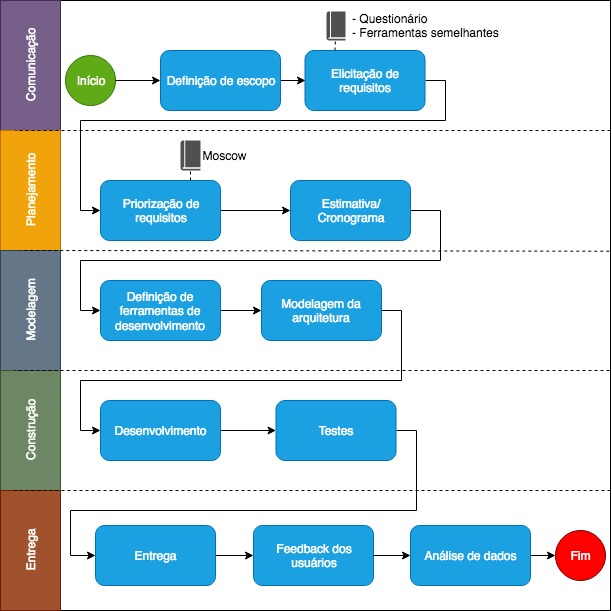
This is figuras/modeloprocesso.png from Eduardojvr/ProgameTCC1Escrita, a draw.io export, as it was before one commit. Source tidied: cells renumbered, new cells last; positions are measured from the earlier drawing's top-left corner, leaving out a move shared by most shapes. Source of this version:
```xml
<mxGraphModel>
  <root>
    <mxCell id="0" />
    <mxCell id="1" parent="0" />
    <mxCell id="2" style="whiteSpace=wrap;html=1;" parent="1" vertex="1">
      <mxGeometry x="35" width="610" height="610" as="geometry" />
    </mxCell>
    <mxCell id="3" value="Comunicação" style="rounded=0;whiteSpace=wrap;html=1;rotation=-90;fillColor=#76608a;strokeColor=#432D57;fontColor=#ffffff;" parent="1" vertex="1">
      <mxGeometry y="35" width="130" height="60" as="geometry" />
    </mxCell>
    <mxCell id="4" value="Planejamento" style="rounded=0;whiteSpace=wrap;html=1;rotation=-90;fillColor=#f0a30a;strokeColor=#BD7000;fontColor=#ffffff;" parent="1" vertex="1">
      <mxGeometry x="5" y="160" width="120" height="60" as="geometry" />
    </mxCell>
    <mxCell id="5" value="Modelagem" style="rounded=0;whiteSpace=wrap;html=1;rotation=-90;fillColor=#647687;strokeColor=#314354;fontColor=#ffffff;" parent="1" vertex="1">
      <mxGeometry x="5" y="280" width="120" height="60" as="geometry" />
    </mxCell>
    <mxCell id="6" value="Construção" style="rounded=0;whiteSpace=wrap;html=1;rotation=-90;fillColor=#6d8764;strokeColor=#3A5431;fontColor=#ffffff;" parent="1" vertex="1">
      <mxGeometry x="5" y="400" width="120" height="60" as="geometry" />
    </mxCell>
    <mxCell id="7" value="&lt;div&gt;Entrega&lt;/div&gt;" style="rounded=0;whiteSpace=wrap;html=1;rotation=-90;fillColor=#a0522d;strokeColor=#6D1F00;fontColor=#ffffff;" parent="1" vertex="1">
      <mxGeometry x="5" y="520" width="120" height="60" as="geometry" />
    </mxCell>
    <mxCell id="8" style="endArrow=none;dashed=1;html=1;entryX=1;entryY=0.25;entryDx=0;entryDy=0;" parent="1" edge="1" target="4">
      <mxGeometry relative="1" as="geometry">
        <mxPoint x="645" y="130" as="sourcePoint" />
      </mxGeometry>
    </mxCell>
    <mxCell id="9" style="endArrow=none;dashed=1;html=1;entryX=1;entryY=0.25;entryDx=0;entryDy=0;exitX=0.998;exitY=0.411;exitDx=0;exitDy=0;exitPerimeter=0;" parent="1" edge="1" source="2">
      <mxGeometry relative="1" as="geometry">
        <mxPoint x="55" y="250" as="targetPoint" />
      </mxGeometry>
    </mxCell>
    <mxCell id="10" style="endArrow=none;dashed=1;html=1;entryX=1;entryY=0.25;entryDx=0;entryDy=0;" parent="1" edge="1">
      <mxGeometry relative="1" as="geometry">
        <mxPoint x="644" y="370" as="sourcePoint" />
        <mxPoint x="49" y="370" as="targetPoint" />
      </mxGeometry>
    </mxCell>
    <mxCell id="11" style="endArrow=none;dashed=1;html=1;" parent="1" edge="1">
      <mxGeometry relative="1" as="geometry">
        <mxPoint x="645" y="490" as="sourcePoint" />
        <mxPoint x="49" y="490" as="targetPoint" />
      </mxGeometry>
    </mxCell>
    <mxCell id="12" value="Início" style="ellipse;whiteSpace=wrap;html=1;fillColor=#60a917;strokeColor=#2D7600;fontColor=#ffffff;" parent="1" vertex="1">
      <mxGeometry x="100" y="55" width="50" height="50" as="geometry" />
    </mxCell>
    <mxCell id="13" style="endArrow=classic;html=1;entryX=0;entryY=0.5;entryDx=0;entryDy=0;" parent="1" edge="1" source="12" target="23">
      <mxGeometry relative="1" as="geometry" />
    </mxCell>
    <mxCell id="14" style="edgeStyle=orthogonalEdgeStyle;rounded=0;jettySize=auto;html=1;exitX=1;exitY=0.5;exitDx=0;exitDy=0;entryX=0;entryY=0.5;entryDx=0;entryDy=0;" parent="1" edge="1" source="15" target="21">
      <mxGeometry relative="1" as="geometry">
        <Array as="points">
          <mxPoint x="480" y="80" />
          <mxPoint x="480" y="120" />
          <mxPoint x="115" y="120" />
          <mxPoint x="115" y="210" />
        </Array>
      </mxGeometry>
    </mxCell>
    <mxCell id="15" value="Elicitação de requisitos" style="rounded=1;whiteSpace=wrap;html=1;fillColor=#1ba1e2;strokeColor=#006EAF;fontColor=#ffffff;" parent="1" vertex="1">
      <mxGeometry x="339.5" y="50" width="120" height="60" as="geometry" />
    </mxCell>
    <mxCell id="16" style="shadow=0;dashed=0;html=1;strokeColor=none;fillColor=#505050;labelPosition=center;verticalLabelPosition=bottom;verticalAlign=top;outlineConnect=0;align=center;shape=mxgraph.office.concepts.book_journal;" parent="1" vertex="1">
      <mxGeometry x="361" y="11" width="19" height="29" as="geometry" />
    </mxCell>
    <mxCell id="17" style="endArrow=none;dashed=1;html=1;exitX=0.25;exitY=0;exitDx=0;exitDy=0;" parent="1" edge="1" source="15" target="16">
      <mxGeometry relative="1" as="geometry" />
    </mxCell>
    <mxCell id="18" value="&lt;div align=&quot;left&quot;&gt;- Questionário&lt;/div&gt;&lt;div align=&quot;left&quot;&gt;- Ferramentas semelhantes&lt;/div&gt;" style="text;html=1;strokeColor=none;fillColor=none;align=left;verticalAlign=middle;whiteSpace=wrap;rounded=0;" parent="1" vertex="1">
      <mxGeometry x="385" y="15.5" width="156" height="20" as="geometry" />
    </mxCell>
    <mxCell id="19" style="edgeStyle=orthogonalEdgeStyle;rounded=0;jettySize=auto;html=1;exitX=0.75;exitY=0;exitDx=0;exitDy=0;strokeColor=none;" parent="1" edge="1" source="21" target="24">
      <mxGeometry relative="1" as="geometry" />
    </mxCell>
    <mxCell id="20" style="edgeStyle=orthogonalEdgeStyle;rounded=0;jettySize=auto;html=1;exitX=1;exitY=0.5;exitDx=0;exitDy=0;" parent="1" edge="1" source="21" target="28">
      <mxGeometry relative="1" as="geometry" />
    </mxCell>
    <mxCell id="21" value="&lt;div&gt;Priorização de&lt;/div&gt;&lt;div&gt;requisitos&lt;br&gt;&lt;/div&gt;" style="rounded=1;whiteSpace=wrap;html=1;fillColor=#1ba1e2;strokeColor=#006EAF;fontColor=#ffffff;" parent="1" vertex="1">
      <mxGeometry x="135" y="180" width="120" height="60" as="geometry" />
    </mxCell>
    <mxCell id="22" style="edgeStyle=orthogonalEdgeStyle;rounded=0;jettySize=auto;html=1;exitX=1;exitY=0.5;exitDx=0;exitDy=0;entryX=0;entryY=0.5;entryDx=0;entryDy=0;" parent="1" edge="1" source="23" target="15">
      <mxGeometry relative="1" as="geometry" />
    </mxCell>
    <mxCell id="23" value="&lt;div&gt;Definição de escopo&lt;/div&gt;" style="rounded=1;whiteSpace=wrap;html=1;fillColor=#1ba1e2;strokeColor=#006EAF;perimeterSpacing=0;fontColor=#ffffff;" parent="1" vertex="1">
      <mxGeometry x="195" y="50" width="120" height="60" as="geometry" />
    </mxCell>
    <mxCell id="24" style="shadow=0;dashed=0;html=1;strokeColor=none;fillColor=#505050;labelPosition=center;verticalLabelPosition=bottom;verticalAlign=top;outlineConnect=0;align=center;shape=mxgraph.office.concepts.book_journal;rounded=1;" parent="1" vertex="1">
      <mxGeometry x="215" y="140" width="20" height="30" as="geometry" />
    </mxCell>
    <mxCell id="25" value="Moscow" style="text;html=1;strokeColor=none;fillColor=none;align=center;verticalAlign=middle;whiteSpace=wrap;rounded=0;" parent="1" vertex="1">
      <mxGeometry x="239" y="145" width="40" height="20" as="geometry" />
    </mxCell>
    <mxCell id="26" style="endArrow=none;dashed=1;html=1;exitX=0.75;exitY=0;exitDx=0;exitDy=0;" parent="1" edge="1" source="21" target="24">
      <mxGeometry relative="1" as="geometry" />
    </mxCell>
    <mxCell id="27" style="edgeStyle=orthogonalEdgeStyle;rounded=0;jettySize=auto;html=1;exitX=1;exitY=0.5;exitDx=0;exitDy=0;entryX=0;entryY=0.5;entryDx=0;entryDy=0;" parent="1" edge="1" source="28" target="30">
      <mxGeometry relative="1" as="geometry">
        <Array as="points">
          <mxPoint x="475" y="210" />
          <mxPoint x="475" y="260" />
          <mxPoint x="115" y="260" />
          <mxPoint x="115" y="310" />
        </Array>
      </mxGeometry>
    </mxCell>
    <mxCell id="28" value="&lt;div&gt;Estimativa/&lt;/div&gt;&lt;div&gt;Cronograma&lt;/div&gt;" style="rounded=1;whiteSpace=wrap;html=1;fillColor=#1ba1e2;strokeColor=#006EAF;fontColor=#ffffff;" parent="1" vertex="1">
      <mxGeometry x="325" y="180" width="120" height="60" as="geometry" />
    </mxCell>
    <mxCell id="29" style="edgeStyle=orthogonalEdgeStyle;rounded=0;jettySize=auto;html=1;exitX=1;exitY=0.5;exitDx=0;exitDy=0;entryX=0;entryY=0.5;entryDx=0;entryDy=0;" parent="1" edge="1" source="30" target="32">
      <mxGeometry relative="1" as="geometry" />
    </mxCell>
    <mxCell id="30" value="Definição de ferramentas de desenvolvimento" style="rounded=1;whiteSpace=wrap;html=1;fillColor=#1ba1e2;strokeColor=#006EAF;fontColor=#ffffff;" parent="1" vertex="1">
      <mxGeometry x="135" y="280" width="120" height="60" as="geometry" />
    </mxCell>
    <mxCell id="31" style="edgeStyle=orthogonalEdgeStyle;rounded=0;jettySize=auto;html=1;exitX=1;exitY=0.5;exitDx=0;exitDy=0;entryX=0;entryY=0.5;entryDx=0;entryDy=0;" parent="1" edge="1" source="32" target="34">
      <mxGeometry relative="1" as="geometry">
        <Array as="points">
          <mxPoint x="436" y="310" />
          <mxPoint x="436" y="380" />
          <mxPoint x="115" y="380" />
          <mxPoint x="115" y="430" />
        </Array>
      </mxGeometry>
    </mxCell>
    <mxCell id="32" value="Modelagem da arquitetura" style="rounded=1;whiteSpace=wrap;html=1;fillColor=#1ba1e2;strokeColor=#006EAF;fontColor=#ffffff;" parent="1" vertex="1">
      <mxGeometry x="296" y="280" width="120" height="60" as="geometry" />
    </mxCell>
    <mxCell id="33" style="edgeStyle=orthogonalEdgeStyle;rounded=0;jettySize=auto;html=1;exitX=1;exitY=0.5;exitDx=0;exitDy=0;" parent="1" edge="1" source="34" target="36">
      <mxGeometry relative="1" as="geometry" />
    </mxCell>
    <mxCell id="34" value="Desenvolvimento" style="rounded=1;whiteSpace=wrap;html=1;fillColor=#1ba1e2;strokeColor=#006EAF;fontColor=#ffffff;" parent="1" vertex="1">
      <mxGeometry x="135" y="400" width="120" height="60" as="geometry" />
    </mxCell>
    <mxCell id="35" style="edgeStyle=orthogonalEdgeStyle;rounded=0;jettySize=auto;html=1;exitX=1;exitY=0.5;exitDx=0;exitDy=0;entryX=0;entryY=0.5;entryDx=0;entryDy=0;" parent="1" edge="1" source="36" target="38">
      <mxGeometry relative="1" as="geometry">
        <Array as="points">
          <mxPoint x="451" y="430" />
          <mxPoint x="451" y="510" />
          <mxPoint x="105" y="510" />
          <mxPoint x="105" y="555" />
        </Array>
      </mxGeometry>
    </mxCell>
    <mxCell id="36" value="Testes" style="rounded=1;whiteSpace=wrap;html=1;fillColor=#1ba1e2;strokeColor=#006EAF;fontColor=#ffffff;" parent="1" vertex="1">
      <mxGeometry x="310.5" y="400" width="120" height="60" as="geometry" />
    </mxCell>
    <mxCell id="37" style="edgeStyle=orthogonalEdgeStyle;rounded=0;jettySize=auto;html=1;exitX=1;exitY=0.5;exitDx=0;exitDy=0;entryX=0;entryY=0.5;entryDx=0;entryDy=0;" parent="1" edge="1" source="38" target="40">
      <mxGeometry relative="1" as="geometry" />
    </mxCell>
    <mxCell id="38" value="Entrega" style="rounded=1;whiteSpace=wrap;html=1;glass=0;fillColor=#1ba1e2;strokeColor=#006EAF;fontColor=#ffffff;" parent="1" vertex="1">
      <mxGeometry x="130" y="525" width="120" height="60" as="geometry" />
    </mxCell>
    <mxCell id="39" style="edgeStyle=orthogonalEdgeStyle;rounded=0;jettySize=auto;html=1;exitX=1;exitY=0.5;exitDx=0;exitDy=0;" parent="1" edge="1" source="42" target="41">
      <mxGeometry relative="1" as="geometry" />
    </mxCell>
    <mxCell id="40" value="&lt;div&gt;Feedback dos&lt;/div&gt;&lt;div&gt;usuários&lt;/div&gt;" style="rounded=1;whiteSpace=wrap;html=1;glass=0;fillColor=#1ba1e2;strokeColor=#006EAF;fontColor=#ffffff;" parent="1" vertex="1">
      <mxGeometry x="288" y="525" width="120" height="60" as="geometry" />
    </mxCell>
    <mxCell id="41" value="Fim" style="ellipse;whiteSpace=wrap;html=1;fillColor=#FF0000;strokeColor=#6F0000;fontColor=#ffffff;" parent="1" vertex="1">
      <mxGeometry x="590" y="530" width="50" height="50" as="geometry" />
    </mxCell>
    <mxCell id="42" value="Análise de dados" style="rounded=1;whiteSpace=wrap;html=1;glass=0;fillColor=#1ba1e2;strokeColor=#006EAF;fontColor=#ffffff;" parent="1" vertex="1">
      <mxGeometry x="445" y="525" width="120" height="60" as="geometry" />
    </mxCell>
    <mxCell id="43" style="edgeStyle=orthogonalEdgeStyle;rounded=0;jettySize=auto;html=1;exitX=1;exitY=0.5;exitDx=0;exitDy=0;" parent="1" edge="1" source="40" target="42">
      <mxGeometry relative="1" as="geometry" />
    </mxCell>
  </root>
</mxGraphModel>
```
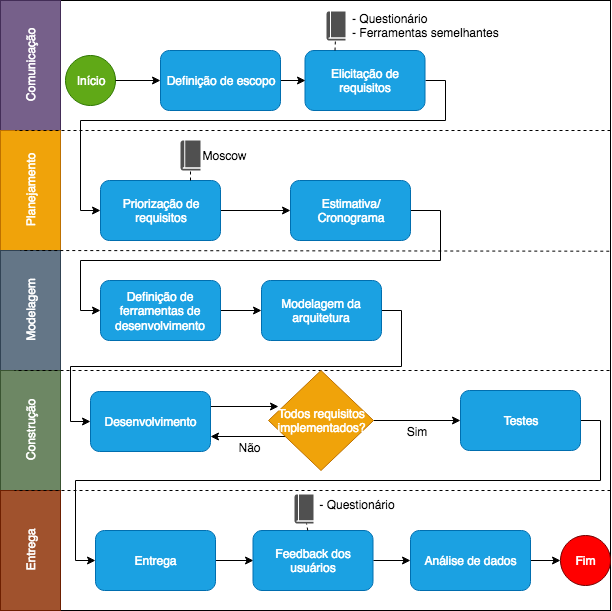
After the change.

The edit, as a diff of the source:
```diff
@@ -114,57 +114,74 @@
       <mxGeometry x="135" y="280" width="120" height="60" as="geometry" />
     </mxCell>
     <mxCell id="31" style="edgeStyle=orthogonalEdgeStyle;rounded=0;jettySize=auto;html=1;exitX=1;exitY=0.5;exitDx=0;exitDy=0;entryX=0;entryY=0.5;entryDx=0;entryDy=0;" parent="1" edge="1" source="32" target="34">
-      <mxGeometry relative="1" as="geometry">
-        <Array as="points">
-          <mxPoint x="436" y="310" />
-          <mxPoint x="436" y="380" />
-          <mxPoint x="115" y="380" />
-          <mxPoint x="115" y="430" />
-        </Array>
-      </mxGeometry>
+      <mxGeometry relative="1" as="geometry" />
     </mxCell>
     <mxCell id="32" value="Modelagem da arquitetura" style="rounded=1;whiteSpace=wrap;html=1;fillColor=#1ba1e2;strokeColor=#006EAF;fontColor=#ffffff;" parent="1" vertex="1">
       <mxGeometry x="296" y="280" width="120" height="60" as="geometry" />
     </mxCell>
-    <mxCell id="33" style="edgeStyle=orthogonalEdgeStyle;rounded=0;jettySize=auto;html=1;exitX=1;exitY=0.5;exitDx=0;exitDy=0;" parent="1" edge="1" source="34" target="36">
-      <mxGeometry relative="1" as="geometry" />
-    </mxCell>
+    <mxCell id="44" style="edgeStyle=orthogonalEdgeStyle;rounded=0;jettySize=auto;html=1;exitX=1;exitY=0.25;exitDx=0;exitDy=0;entryX=0.095;entryY=0.36;entryDx=0;entryDy=0;entryPerimeter=0;" parent="1" edge="1" source="34" target="47">
+      <mxGeometry relative="1" as="geometry" />
+    </mxCell>
     <mxCell id="34" value="Desenvolvimento" style="rounded=1;whiteSpace=wrap;html=1;fillColor=#1ba1e2;strokeColor=#006EAF;fontColor=#ffffff;" parent="1" vertex="1">
-      <mxGeometry x="135" y="400" width="120" height="60" as="geometry" />
+      <mxGeometry x="125" y="391" width="120" height="60" as="geometry" />
     </mxCell>
     <mxCell id="35" style="edgeStyle=orthogonalEdgeStyle;rounded=0;jettySize=auto;html=1;exitX=1;exitY=0.5;exitDx=0;exitDy=0;entryX=0;entryY=0.5;entryDx=0;entryDy=0;" parent="1" edge="1" source="36" target="38">
       <mxGeometry relative="1" as="geometry">
         <Array as="points">
-          <mxPoint x="451" y="430" />
-          <mxPoint x="451" y="510" />
-          <mxPoint x="105" y="510" />
-          <mxPoint x="105" y="555" />
+          <mxPoint x="635" y="420" />
+          <mxPoint x="635" y="480" />
+          <mxPoint x="110" y="480" />
+          <mxPoint x="110" y="560" />
         </Array>
       </mxGeometry>
     </mxCell>
     <mxCell id="36" value="Testes" style="rounded=1;whiteSpace=wrap;html=1;fillColor=#1ba1e2;strokeColor=#006EAF;fontColor=#ffffff;" parent="1" vertex="1">
-      <mxGeometry x="310.5" y="400" width="120" height="60" as="geometry" />
+      <mxGeometry x="495" y="390" width="120" height="60" as="geometry" />
     </mxCell>
     <mxCell id="37" style="edgeStyle=orthogonalEdgeStyle;rounded=0;jettySize=auto;html=1;exitX=1;exitY=0.5;exitDx=0;exitDy=0;entryX=0;entryY=0.5;entryDx=0;entryDy=0;" parent="1" edge="1" source="38" target="40">
       <mxGeometry relative="1" as="geometry" />
     </mxCell>
     <mxCell id="38" value="Entrega" style="rounded=1;whiteSpace=wrap;html=1;glass=0;fillColor=#1ba1e2;strokeColor=#006EAF;fontColor=#ffffff;" parent="1" vertex="1">
-      <mxGeometry x="130" y="525" width="120" height="60" as="geometry" />
+      <mxGeometry x="130" y="530" width="120" height="60" as="geometry" />
     </mxCell>
     <mxCell id="39" style="edgeStyle=orthogonalEdgeStyle;rounded=0;jettySize=auto;html=1;exitX=1;exitY=0.5;exitDx=0;exitDy=0;" parent="1" edge="1" source="42" target="41">
       <mxGeometry relative="1" as="geometry" />
     </mxCell>
     <mxCell id="40" value="&lt;div&gt;Feedback dos&lt;/div&gt;&lt;div&gt;usuários&lt;/div&gt;" style="rounded=1;whiteSpace=wrap;html=1;glass=0;fillColor=#1ba1e2;strokeColor=#006EAF;fontColor=#ffffff;" parent="1" vertex="1">
-      <mxGeometry x="288" y="525" width="120" height="60" as="geometry" />
+      <mxGeometry x="287.5" y="530" width="120" height="60" as="geometry" />
     </mxCell>
     <mxCell id="41" value="Fim" style="ellipse;whiteSpace=wrap;html=1;fillColor=#FF0000;strokeColor=#6F0000;fontColor=#ffffff;" parent="1" vertex="1">
-      <mxGeometry x="590" y="530" width="50" height="50" as="geometry" />
+      <mxGeometry x="595" y="535" width="50" height="50" as="geometry" />
     </mxCell>
     <mxCell id="42" value="Análise de dados" style="rounded=1;whiteSpace=wrap;html=1;glass=0;fillColor=#1ba1e2;strokeColor=#006EAF;fontColor=#ffffff;" parent="1" vertex="1">
-      <mxGeometry x="445" y="525" width="120" height="60" as="geometry" />
+      <mxGeometry x="445" y="530" width="120" height="60" as="geometry" />
     </mxCell>
     <mxCell id="43" style="edgeStyle=orthogonalEdgeStyle;rounded=0;jettySize=auto;html=1;exitX=1;exitY=0.5;exitDx=0;exitDy=0;" parent="1" edge="1" source="40" target="42">
       <mxGeometry relative="1" as="geometry" />
     </mxCell>
+    <mxCell id="45" style="edgeStyle=orthogonalEdgeStyle;rounded=0;jettySize=auto;html=1;exitX=1;exitY=0.5;exitDx=0;exitDy=0;" parent="1" edge="1" source="47" target="36">
+      <mxGeometry relative="1" as="geometry" />
+    </mxCell>
+    <mxCell id="46" style="edgeStyle=orthogonalEdgeStyle;rounded=0;jettySize=auto;html=1;exitX=0.162;exitY=0.66;exitDx=0;exitDy=0;entryX=1;entryY=0.75;entryDx=0;entryDy=0;exitPerimeter=0;" parent="1" edge="1" source="47" target="34">
+      <mxGeometry relative="1" as="geometry" />
+    </mxCell>
+    <mxCell id="47" value="&lt;div&gt;Todos requisitos&lt;/div&gt;&lt;div&gt;implementados?&lt;/div&gt;" style="rhombus;whiteSpace=wrap;html=1;fillColor=#f0a30a;strokeColor=#BD7000;fontColor=#ffffff;" parent="1" vertex="1">
+      <mxGeometry x="303" y="370" width="105" height="100" as="geometry" />
+    </mxCell>
+    <mxCell id="48" value="Sim" style="text;html=1;strokeColor=none;fillColor=none;align=center;verticalAlign=middle;whiteSpace=wrap;rounded=0;" parent="1" vertex="1">
+      <mxGeometry x="431" y="421" width="40" height="20" as="geometry" />
+    </mxCell>
+    <mxCell id="49" value="Não" style="text;html=1;strokeColor=none;fillColor=none;align=center;verticalAlign=middle;whiteSpace=wrap;rounded=0;" parent="1" vertex="1">
+      <mxGeometry x="264" y="437" width="40" height="20" as="geometry" />
+    </mxCell>
+    <mxCell id="50" style="shadow=0;dashed=0;html=1;strokeColor=none;fillColor=#505050;labelPosition=center;verticalLabelPosition=bottom;verticalAlign=top;outlineConnect=0;align=center;shape=mxgraph.office.concepts.book_journal;" parent="1" vertex="1">
+      <mxGeometry x="329" y="494" width="19" height="29" as="geometry" />
+    </mxCell>
+    <mxCell id="51" style="endArrow=none;dashed=1;html=1;" parent="1" edge="1" source="40" target="50">
+      <mxGeometry relative="1" as="geometry" />
+    </mxCell>
+    <mxCell id="52" value="- Questionário" style="text;html=1;strokeColor=none;fillColor=none;align=center;verticalAlign=middle;whiteSpace=wrap;rounded=0;" parent="1" vertex="1">
+      <mxGeometry x="351" y="494" width="80" height="20" as="geometry" />
+    </mxCell>
   </root>
 </mxGraphModel>
```
